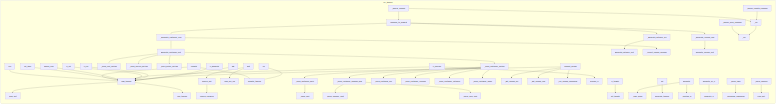
This is project/calls.png from pyfunc/taskfile, a Mermaid export, as it was before one commit. Its source is kept beside it as project/calls.mmd.
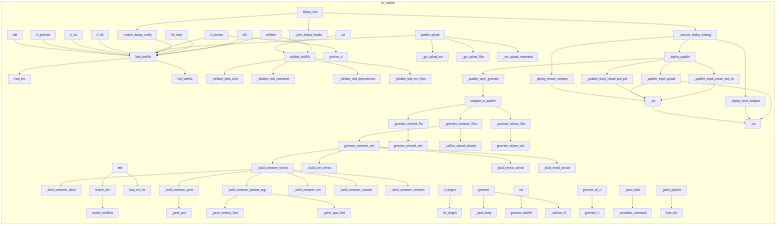
Above is the later version.

Change to the diagram source:
```diff
@@ -1,78 +1,91 @@
 flowchart LR
     subgraph src_taskfile
+        src__taskfile__quadlet___build_container_labels["_build_container_labels"]
+        src__taskfile__cli__ci__ci_preview["ci_preview"]
+        src__generate["generate"]
+        src__taskfile__parser___validate_task_dependencies["_validate_task_dependencies"]
+        src__taskfile__quadlet___build_container_ports["_build_container_ports"]
+        src__taskfile__quadlet__compose_to_quadlet["compose_to_quadlet"]
+        src___parse_pipeline["_parse_pipeline"]
+        src__taskfile__cli__quadlet___get_upload_env["_get_upload_env"]
+        src__taskfile__cli__deploy___ssh["_ssh"]
+        src___quadlet_step4_restart_and_cleanup["_quadlet_step4_restart_and_cle"]
+        src__taskfile__quadlet___parse_cpus_limit["_parse_cpus_limit"]
+        src__taskfile__parser___validate_task_env_filter["_validate_task_env_filter"]
+        src__taskfile__quadlet___generate_volume_files["_generate_volume_files"]
+        src__taskfile__cli__deploy___deploy_local_compose["_deploy_local_compose"]
+        src__taskfile__parser__load_taskfile["load_taskfile"]
+        src__taskfile__compose__resolve_variables["resolve_variables"]
+        src__taskfile__cli__deploy___resolve_deploy_config["_resolve_deploy_config"]
+        src__taskfile__compose__resolve_dict["resolve_dict"]
+        src__taskfile__cli__main__init["init"]
+        src__taskfile__cigen__generate_all_ci["generate_all_ci"]
+        src__taskfile__quadlet__generate_network_unit["generate_network_unit"]
+        src___quadlet_step3_reload_and_pull["_quadlet_step3_reload_and_pull"]
+        src__taskfile__cli__quadlet__quadlet_upload["quadlet_upload"]
+        src__taskfile__scaffold__generate_taskfile["generate_taskfile"]
+        src__taskfile__runner__TaskfileRunner____init__["__init__"]
+        src___parse_tasks["_parse_tasks"]
+        src__taskfile__quadlet___generate_network_file["_generate_network_file"]
+        src__taskfile__parser__validate_taskfile["validate_taskfile"]
+        src__taskfile__quadlet___generate_container_files["_generate_container_files"]
+        src__taskfile__quadlet___collect_named_volumes["_collect_named_volumes"]
         src__taskfile__cli__main__info["info"]
-        src__taskfile__quadlet__compose_to_quadlet["compose_to_quadlet"]
-        src__taskfile__quadlet___build_container_ports["_build_container_ports"]
-        src__taskfile__cli__main__init["init"]
+        src__taskfile__quadlet___build_container_section["_build_container_section"]
+        src__taskfile__quadlet__generate_volume_unit["generate_volume_unit"]
+        src__taskfile__cli__main__validate["validate"]
+        src__taskfile__models__TaskfileConfig__from_dict["from_dict"]
+        src__generate["generate"]
+        src__taskfile__cli__quadlet___get_upload_files["_get_upload_files"]
+        src__taskfile__cigen__base___sanitize_id["_sanitize_id"]
+        src__taskfile__models___normalize_commands["_normalize_commands"]
+        src__taskfile__cigen__base___yaml_dump["_yaml_dump"]
+        src__taskfile__parser___validate_task_commands["_validate_task_commands"]
+        src__taskfile__cli__deploy___quadlet_step2_upload["_quadlet_step2_upload"]
+        src__taskfile__cli__deploy___deploy_quadlet["_deploy_quadlet"]
+        src__taskfile__runner__TaskfileRunner__run["run"]
+        src__taskfile__cli__ci__ci_run["ci_run"]
+        src__taskfile__cigen__preview_ci["preview_ci"]
+        src__taskfile__quadlet___build_container_env["_build_container_env"]
+        src__taskfile__cigen__list_targets["list_targets"]
+        src___build_container_podman_args["_build_container_podman_args"]
+        src__taskfile__quadlet___build_container_networks["_build_container_networks"]
+        src__taskfile__cli__deploy___run["_run"]
+        src__taskfile__cigen__generate_ci["generate_ci"]
+        src__taskfile__quadlet___build_service_section["_build_service_section"]
+        src__taskfile__quadlet___build_container_volumes["_build_container_volumes"]
+        src__taskfile__parser__find_taskfile["find_taskfile"]
+        src__taskfile__quadlet___parse_memory_limit["_parse_memory_limit"]
+        src__taskfile__cli__deploy__deploy_cmd["deploy_cmd"]
+        src__taskfile__cli__ci__ci_list["ci_list"]
         src__taskfile__models__PipelineConfig__from_dict["from_dict"]
-        src__taskfile__quadlet__generate_volume_unit["generate_volume_unit"]
-        src__taskfile__cli__ci__ci_run["ci_run"]
-        src__taskfile__cli__main__validate["validate"]
-        src__taskfile__runner__TaskfileRunner____init__["__init__"]
-        src__taskfile__quadlet___parse_memory_limit["_parse_memory_limit"]
-        src__taskfile__quadlet___generate_container_files["_generate_container_files"]
+        src__taskfile__quadlet___build_install_section["_build_install_section"]
+        src___quadlet_step1_generate["_quadlet_step1_generate"]
+        src__generate["generate"]
         src__taskfile__compose__load_env_file["load_env_file"]
-        src__taskfile__cli__quadlet___run_upload_commands["_run_upload_commands"]
-        src__taskfile__runner__TaskfileRunner__run["run"]
-        src__generate["generate"]
-        src__taskfile__quadlet___build_container_section["_build_container_section"]
-        src__taskfile__quadlet___build_install_section["_build_install_section"]
-        src__taskfile__quadlet___build_service_section["_build_service_section"]
-        src__taskfile__quadlet__generate_network_unit["generate_network_unit"]
-        src___parse_pipeline["_parse_pipeline"]
-        src__taskfile__quadlet___generate_network_file["_generate_network_file"]
+        src___execute_deploy_strategy["_execute_deploy_strategy"]
         src__taskfile__cli__ci__ci_targets["ci_targets"]
-        src__taskfile__quadlet___build_container_labels["_build_container_labels"]
-        src__generate["generate"]
-        src__taskfile__scaffold__generate_taskfile["generate_taskfile"]
-        src__taskfile__cli__deploy___ssh["_ssh"]
-        src__taskfile__cli__deploy__deploy_cmd["deploy_cmd"]
+        src__taskfile__cli__deploy___print_deploy_header["_print_deploy_header"]
         src__taskfile__quadlet__generate_container_unit["generate_container_unit"]
         src__taskfile__cli__main__list_tasks["list_tasks"]
-        src__taskfile__models___normalize_commands["_normalize_commands"]
-        src__taskfile__cigen__base___sanitize_id["_sanitize_id"]
+        src__taskfile__cli__deploy___deploy_remote_compose["_deploy_remote_compose"]
+        src__taskfile__quadlet___parse_port["_parse_port"]
+        src__taskfile__quadlet___build_unit_section["_build_unit_section"]
         src__generate["generate"]
-        src__taskfile__cli__quadlet___get_upload_files["_get_upload_files"]
-        src__taskfile__cli__deploy___deploy_remote_compose["_deploy_remote_compose"]
-        src__taskfile__compose__resolve_dict["resolve_dict"]
-        src__taskfile__cigen__list_targets["list_targets"]
-        src__taskfile__parser__find_taskfile["find_taskfile"]
-        src__taskfile__cli__quadlet__quadlet_upload["quadlet_upload"]
-        src___build_container_podman_args["_build_container_podman_args"]
+        src__taskfile__cli__ci__ci_generate["ci_generate"]
         src__taskfile__compose__ComposeFile____init__["__init__"]
-        src__taskfile__quadlet___build_container_volumes["_build_container_volumes"]
-        src__taskfile__cli__deploy___deploy_quadlet["_deploy_quadlet"]
-        src__taskfile__cigen__base___yaml_dump["_yaml_dump"]
-        src__taskfile__cigen__generate_ci["generate_ci"]
-        src__taskfile__compose__resolve_variables["resolve_variables"]
-        src__taskfile__quadlet___generate_volume_files["_generate_volume_files"]
-        src__taskfile__cli__deploy___run["_run"]
-        src__taskfile__quadlet___build_unit_section["_build_unit_section"]
-        src__taskfile__quadlet___parse_cpus_limit["_parse_cpus_limit"]
-        src__taskfile__quadlet___collect_named_volumes["_collect_named_volumes"]
-        src__taskfile__quadlet___build_container_env["_build_container_env"]
-        src___parse_tasks["_parse_tasks"]
-        src__taskfile__cli__ci__ci_preview["ci_preview"]
-        src__taskfile__quadlet___build_container_networks["_build_container_networks"]
-        src__taskfile__models__TaskfileConfig__from_dict["from_dict"]
-        src__generate["generate"]
-        src__taskfile__parser__load_taskfile["load_taskfile"]
-        src__taskfile__cli__ci__ci_generate["ci_generate"]
-        src__taskfile__cigen__preview_ci["preview_ci"]
-        src__taskfile__quadlet___parse_port["_parse_port"]
-        src__taskfile__cigen__generate_all_ci["generate_all_ci"]
-        src__taskfile__cli__deploy___deploy_local_compose["_deploy_local_compose"]
-        src__taskfile__cli__ci__ci_list["ci_list"]
-        src__taskfile__parser__validate_taskfile["validate_taskfile"]
-        src__taskfile__cli__quadlet___get_upload_env["_get_upload_env"]
+        src__taskfile__cli__quadlet___run_upload_commands["_run_upload_commands"]
+        src__taskfile__parser___validate_tasks_exist["_validate_tasks_exist"]
     end
     src__taskfile__parser__load_taskfile --> src__taskfile__models__TaskfileConfig__from_dict
     src__taskfile__parser__load_taskfile --> src__taskfile__parser__find_taskfile
+    src__taskfile__parser__validate_taskfile --> src__taskfile__parser___validate_tasks_exist
+    src__taskfile__parser__validate_taskfile --> src__taskfile__parser___validate_task_commands
+    src__taskfile__parser__validate_taskfile --> src__taskfile__parser___validate_task_dependencies
+    src__taskfile__parser__validate_taskfile --> src__taskfile__parser___validate_task_env_filter
     src__taskfile__compose__resolve_dict --> src__taskfile__compose__resolve_variables
     src__taskfile__compose__ComposeFile____init__ --> src__taskfile__compose__resolve_dict
     src__taskfile__compose__ComposeFile____init__ --> src__taskfile__compose__load_env_file
-    src__taskfile__runner__TaskfileRunner____init__ --> src__taskfile__parser__load_taskfile
-    src__taskfile__runner__TaskfileRunner__run --> src__taskfile__parser__validate_taskfile
     src__taskfile__quadlet___build_container_ports --> src__taskfile__quadlet___parse_port
     src___build_container_podman_args --> src__taskfile__quadlet___parse_memory_limit
     src___build_container_podman_args --> src__taskfile__quadlet___parse_cpus_limit
@@ -93,22 +106,37 @@
     src__taskfile__quadlet__compose_to_quadlet --> src__taskfile__quadlet___generate_container_files
     src__taskfile__quadlet__compose_to_quadlet --> src__taskfile__quadlet___generate_network_file
     src__taskfile__quadlet__compose_to_quadlet --> src__taskfile__quadlet___generate_volume_files
-    src__taskfile__cli__quadlet__quadlet_upload --> src__taskfile__parser__load_taskfile
-    src__taskfile__cli__quadlet__quadlet_upload --> src__taskfile__cli__quadlet___get_upload_env
-    src__taskfile__cli__quadlet__quadlet_upload --> src__taskfile__cli__quadlet___get_upload_files
-    src__taskfile__cli__quadlet__quadlet_upload --> src__taskfile__cli__quadlet___run_upload_commands
+    src__taskfile__runner__TaskfileRunner____init__ --> src__taskfile__parser__load_taskfile
+    src__taskfile__runner__TaskfileRunner__run --> src__taskfile__parser__validate_taskfile
     src__taskfile__cli__ci__ci_generate --> src__taskfile__parser__load_taskfile
     src__taskfile__cli__ci__ci_run --> src__taskfile__parser__load_taskfile
     src__taskfile__cli__ci__ci_list --> src__taskfile__parser__load_taskfile
     src__taskfile__cli__ci__ci_preview --> src__taskfile__parser__load_taskfile
     src__taskfile__cli__ci__ci_preview --> src__taskfile__cigen__preview_ci
     src__taskfile__cli__ci__ci_targets --> src__taskfile__cigen__list_targets
+    src__taskfile__cli__quadlet__quadlet_upload --> src__taskfile__parser__load_taskfile
+    src__taskfile__cli__quadlet__quadlet_upload --> src__taskfile__cli__quadlet___get_upload_env
+    src__taskfile__cli__quadlet__quadlet_upload --> src__taskfile__cli__quadlet___get_upload_files
+    src__taskfile__cli__quadlet__quadlet_upload --> src__taskfile__cli__quadlet___run_upload_commands
     src__taskfile__cli__deploy___ssh --> src__taskfile__cli__deploy___run
     src__taskfile__cli__deploy___deploy_local_compose --> src__taskfile__cli__deploy___run
     src__taskfile__cli__deploy___deploy_remote_compose --> src__taskfile__cli__deploy___ssh
-    src__taskfile__cli__deploy___deploy_quadlet --> src__taskfile__cli__deploy___ssh
-    src__taskfile__cli__deploy___deploy_quadlet --> src__taskfile__quadlet__compose_to_quadlet
-    src__taskfile__cli__deploy__deploy_cmd --> src__taskfile__parser__load_taskfile
+    src___quadlet_step1_generate --> src__taskfile__quadlet__compose_to_quadlet
+    src__taskfile__cli__deploy___quadlet_step2_upload --> src__taskfile__cli__deploy___ssh
+    src__taskfile__cli__deploy___quadlet_step2_upload --> src__taskfile__cli__deploy___run
+    src___quadlet_step3_reload_and_pull --> src__taskfile__cli__deploy___ssh
+    src___quadlet_step4_restart_and_cleanup --> src__taskfile__cli__deploy___ssh
+    src__taskfile__cli__deploy___deploy_quadlet --> src___quadlet_step1_generate
+    src__taskfile__cli__deploy___deploy_quadlet --> src__taskfile__cli__deploy___quadlet_step2_upload
+    src__taskfile__cli__deploy___deploy_quadlet --> src___quadlet_step3_reload_and_pull
+    src__taskfile__cli__deploy___deploy_quadlet --> src___quadlet_step4_restart_and_cleanup
+    src__taskfile__cli__deploy___resolve_deploy_config --> src__taskfile__parser__load_taskfile
+    src___execute_deploy_strategy --> src__taskfile__cli__deploy___deploy_local_compose
+    src___execute_deploy_strategy --> src__taskfile__cli__deploy___deploy_remote_compose
+    src___execute_deploy_strategy --> src__taskfile__cli__deploy___deploy_quadlet
+    src__taskfile__cli__deploy__deploy_cmd --> src__taskfile__cli__deploy___resolve_deploy_config
+    src__taskfile__cli__deploy__deploy_cmd --> src__taskfile__cli__deploy___print_deploy_header
+    src__taskfile__cli__deploy__deploy_cmd --> src___execute_deploy_strategy
     src__generate --> src__taskfile__cigen__base___yaml_dump
     src__taskfile__cli__main__list_tasks --> src__taskfile__parser__load_taskfile
     src__taskfile__cli__main__init --> src__taskfile__scaffold__generate_taskfile
```
